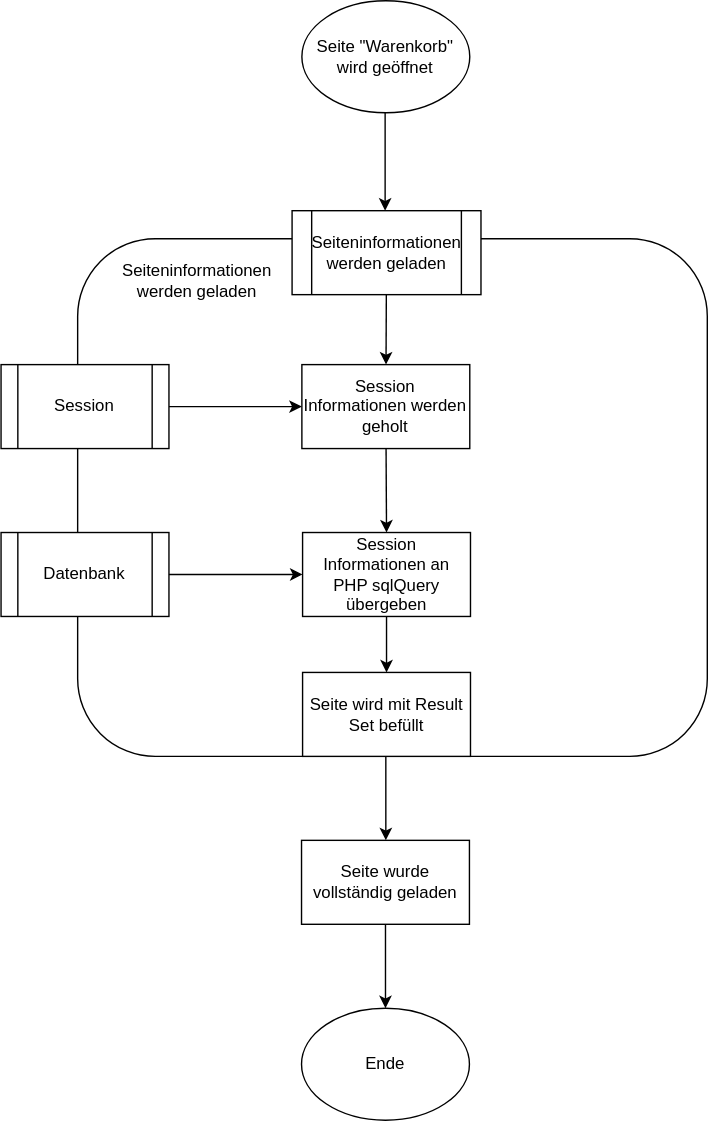
Earlier version of the draw.io export drawio/flussdiagramm_Warenkorb_Daten_beziehen.drawio.svg (Projektarbeiten/ProjectPlatypus). Source tidied: cells renumbered, new cells last; positions are measured from the earlier drawing's top-left corner, leaving out a move shared by most shapes.
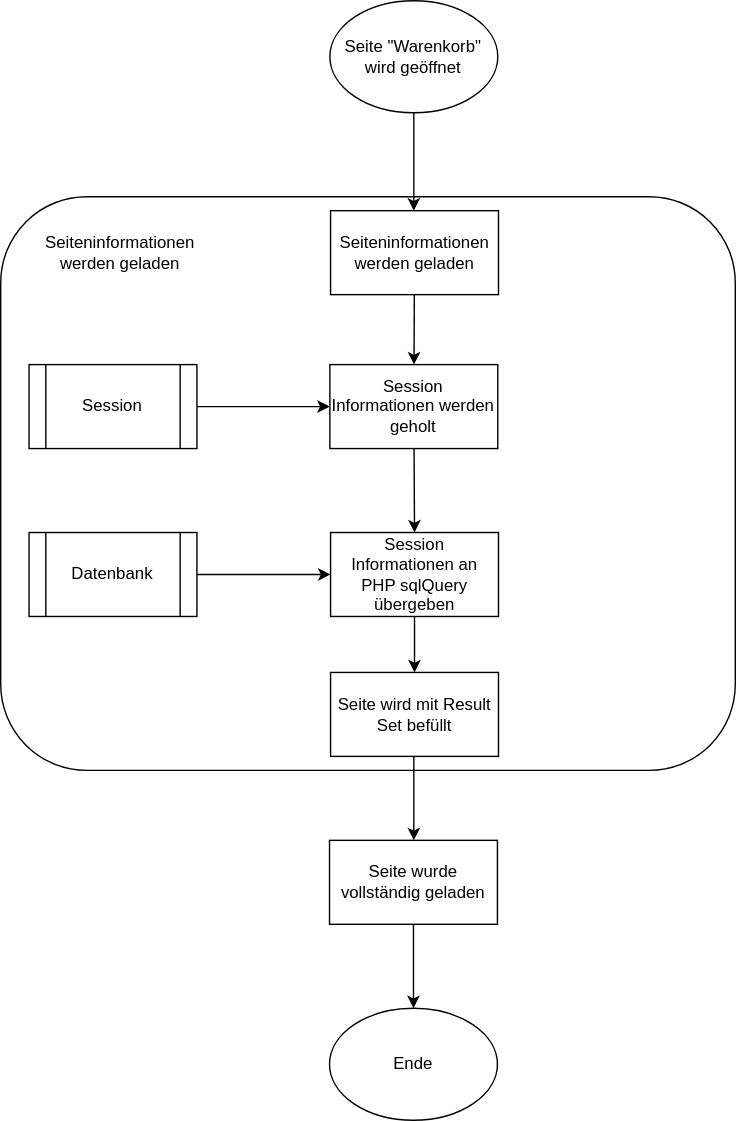
After the change.

Commit message:
Flussdiagramm 'Warenkorb_Daten_beziehen' aktualisiert

Diff of the diagram source:
```diff
@@ -5,12 +5,6 @@
     <mxCell id="2" value="Seite &quot;Warenkorb&quot; wird geöffnet" style="ellipse;whiteSpace=wrap;html=1;" parent="1" vertex="1">
       <mxGeometry x="215.2" width="120" height="80" as="geometry" />
     </mxCell>
-    <mxCell id="3" style="edgeStyle=none;html=1;entryX=0.5;entryY=0;entryDx=0;entryDy=0;exitX=0.5;exitY=1;exitDx=0;exitDy=0;" parent="1" edge="1">
-      <mxGeometry relative="1" as="geometry">
-        <mxPoint x="274.8" y="80" as="sourcePoint" />
-        <mxPoint x="274.8" y="150" as="targetPoint" />
-      </mxGeometry>
-    </mxCell>
     <mxCell id="4" style="edgeStyle=none;html=1;exitX=0.5;exitY=1;exitDx=0;exitDy=0;" parent="1" edge="1" source="20" target="5">
       <mxGeometry relative="1" as="geometry" />
     </mxCell>
@@ -18,17 +12,16 @@
       <mxGeometry x="215" y="720" width="120" height="80" as="geometry" />
     </mxCell>
     <mxCell id="6" style="rounded=1;whiteSpace=wrap;html=1;" parent="1" vertex="1">
-      <mxGeometry x="55" y="170" width="450" height="370" as="geometry" />
+      <mxGeometry x="-20" y="140" width="525" height="410" as="geometry" />
     </mxCell>
     <mxCell id="7" value="&lt;span style=&quot;&quot;&gt;Seiteninformationen&lt;br&gt;werden geladen&lt;/span&gt;" style="text;html=1;align=center;verticalAlign=middle;strokeColor=none;fillColor=none;" parent="1" vertex="1">
-      <mxGeometry x="75.2" y="180" width="130" height="40" as="geometry" />
+      <mxGeometry x="0.2" y="160" width="130" height="40" as="geometry" />
     </mxCell>
-    <mxCell id="8" style="edgeStyle=none;html=1;" parent="1" edge="1" source="9" target="11">
-      <mxGeometry relative="1" as="geometry" />
+    <mxCell id="8" style="edgeStyle=none;html=1;" parent="1" edge="1" target="11">
+      <mxGeometry relative="1" as="geometry">
+        <mxPoint x="275.6" y="210" as="sourcePoint" />
+      </mxGeometry>
     </mxCell>
-    <mxCell id="9" value="&lt;span style=&quot;&quot;&gt;Seiteninformationen&lt;/span&gt;&lt;br style=&quot;&quot;&gt;&lt;span style=&quot;&quot;&gt;werden geladen&lt;/span&gt;" style="shape=process;whiteSpace=wrap;html=1;backgroundOutline=1;" parent="1" vertex="1">
-      <mxGeometry x="208.2" y="150" width="135" height="60" as="geometry" />
-    </mxCell>
     <mxCell id="10" style="edgeStyle=none;html=1;entryX=0.5;entryY=0;entryDx=0;entryDy=0;" parent="1" edge="1" source="11" target="13">
       <mxGeometry relative="1" as="geometry" />
     </mxCell>
@@ -65,5 +58,14 @@
     <mxCell id="20" value="Seite wurde vollständig geladen" style="rounded=0;whiteSpace=wrap;html=1;" parent="1" vertex="1">
       <mxGeometry x="215" y="600" width="120" height="60" as="geometry" />
     </mxCell>
+    <mxCell id="21" style="edgeStyle=none;html=1;entryX=0.5;entryY=0;entryDx=0;entryDy=0;exitX=0.5;exitY=1;exitDx=0;exitDy=0;" parent="1" edge="1">
+      <mxGeometry relative="1" as="geometry">
+        <mxPoint x="275.2" y="80" as="sourcePoint" />
+        <mxPoint x="275.2" y="150" as="targetPoint" />
+      </mxGeometry>
+    </mxCell>
+    <mxCell id="9" value="Seiteninformationen&lt;br&gt;werden geladen" style="rounded=0;whiteSpace=wrap;html=1;" parent="1" vertex="1">
+      <mxGeometry x="215.8" y="150" width="120" height="60" as="geometry" />
+    </mxCell>
   </root>
 </mxGraphModel>
```
